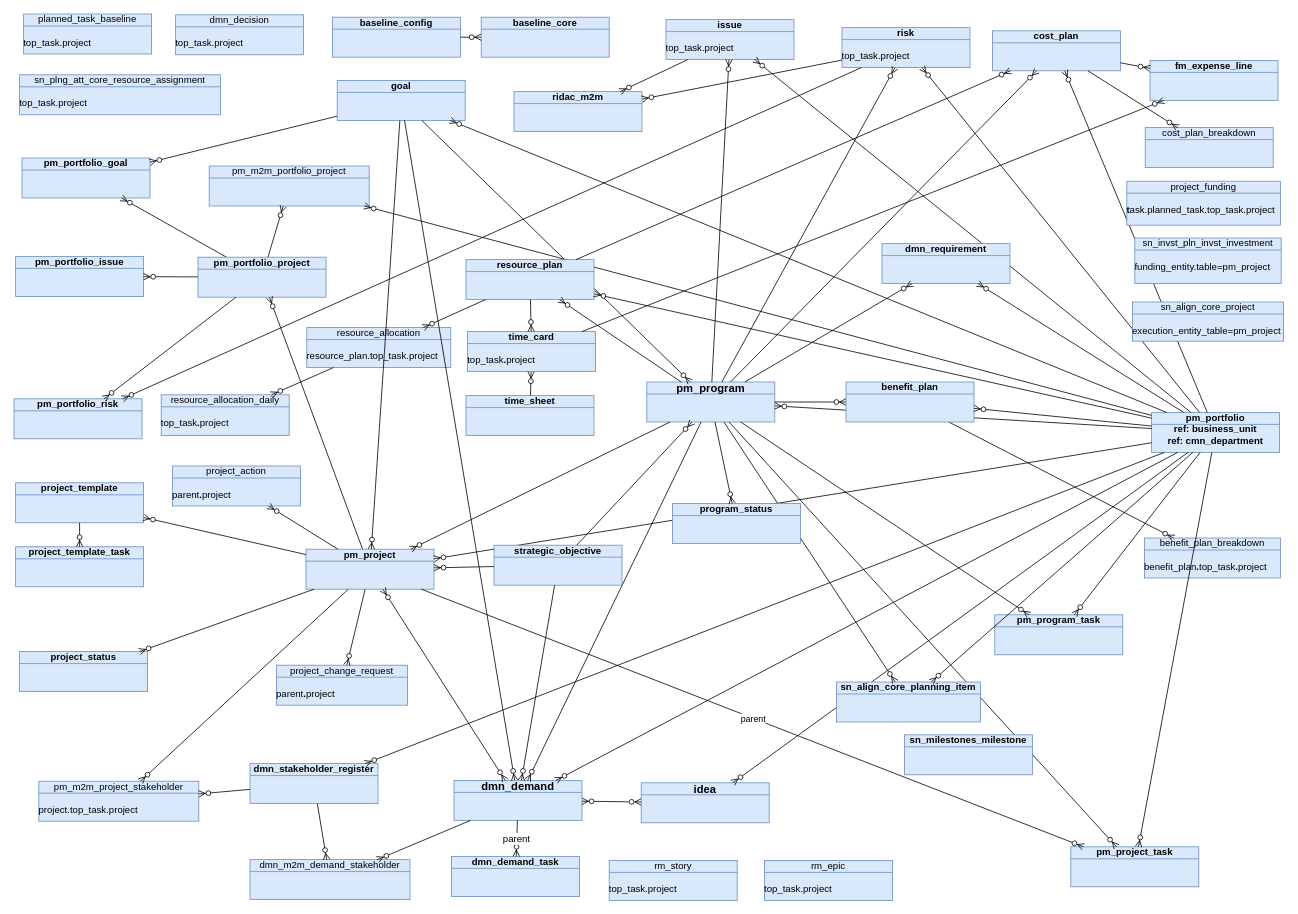
algimas/tmp keeps this draw.io diagram as page "allTables" (3 of 20) of Sar.drawio. Above is the earlier version. Source tidied: cells renumbered, new cells numbered last; positions are measured from the earlier drawing's top-left corner, leaving out a move shared by most shapes. Both pictures are drawn from the tidied source at 80%, with x=0, y=0 at pixel (14, 14).
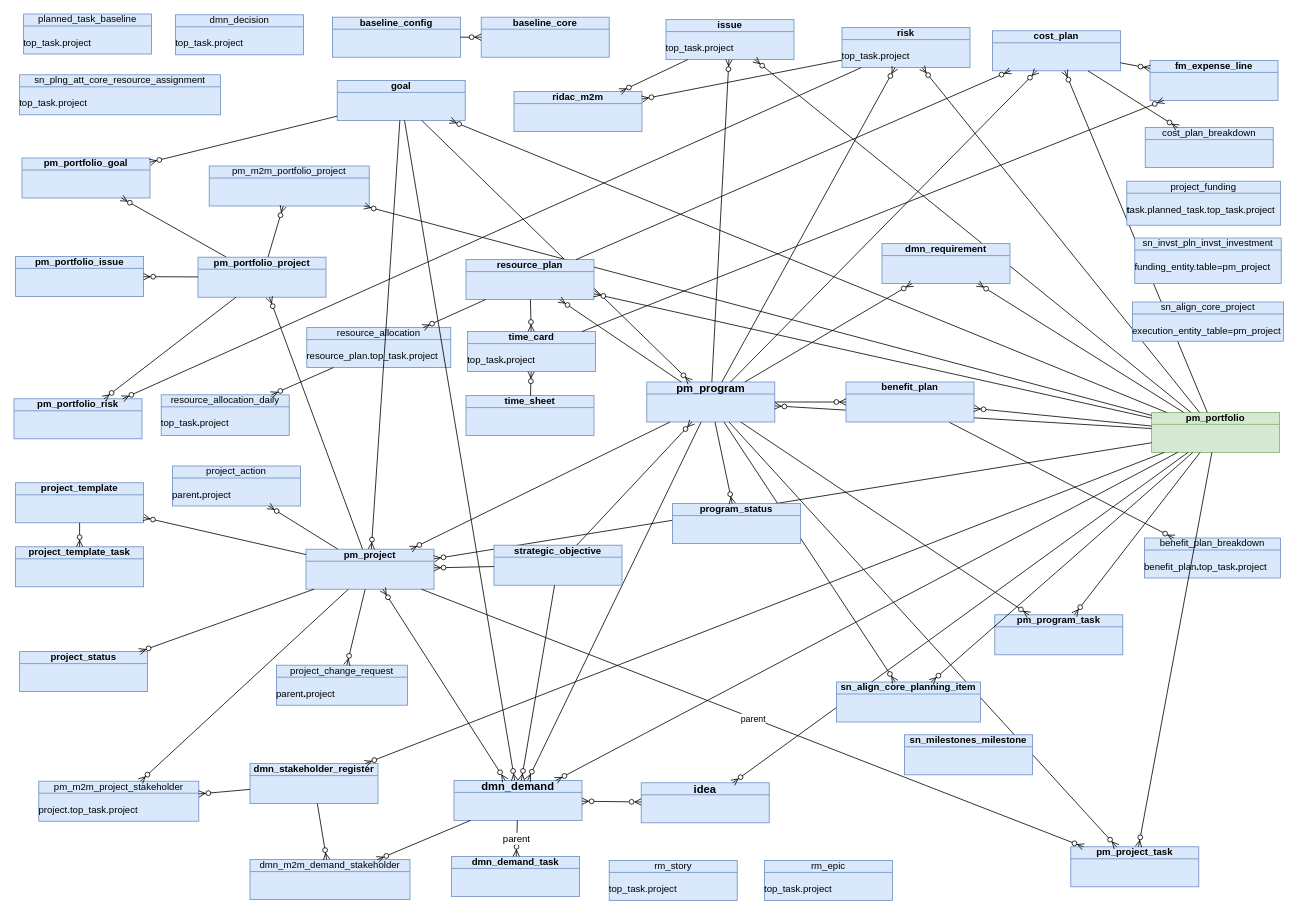
The same page after the edit.

What changed in the source:
```diff
@@
-    <mxCell id="14" value="&lt;span&gt;pm_portfolio&lt;/span&gt;&lt;div&gt;ref: business_unit&lt;/div&gt;&lt;div&gt;ref: cmn_department&lt;/div&gt;" style="html=1;outlineConnect=0;whiteSpace=wrap;fillColor=#dae8fc;shape=mxgraph.archimate3.businessObject;overflow=fill;strokeColor=#6c8ebf;fontStyle=1;" parent="1" vertex="1">
+    <mxCell id="14" value="&lt;span&gt;pm_portfolio&lt;/span&gt;" style="html=1;outlineConnect=0;whiteSpace=wrap;fillColor=#d5e8d4;shape=mxgraph.archimate3.businessObject;overflow=fill;strokeColor=#82b366;fontStyle=1;" parent="1" vertex="1">
       <mxGeometry x="1422" y="498" width="160" height="50" as="geometry" />
     </mxCell>
```
